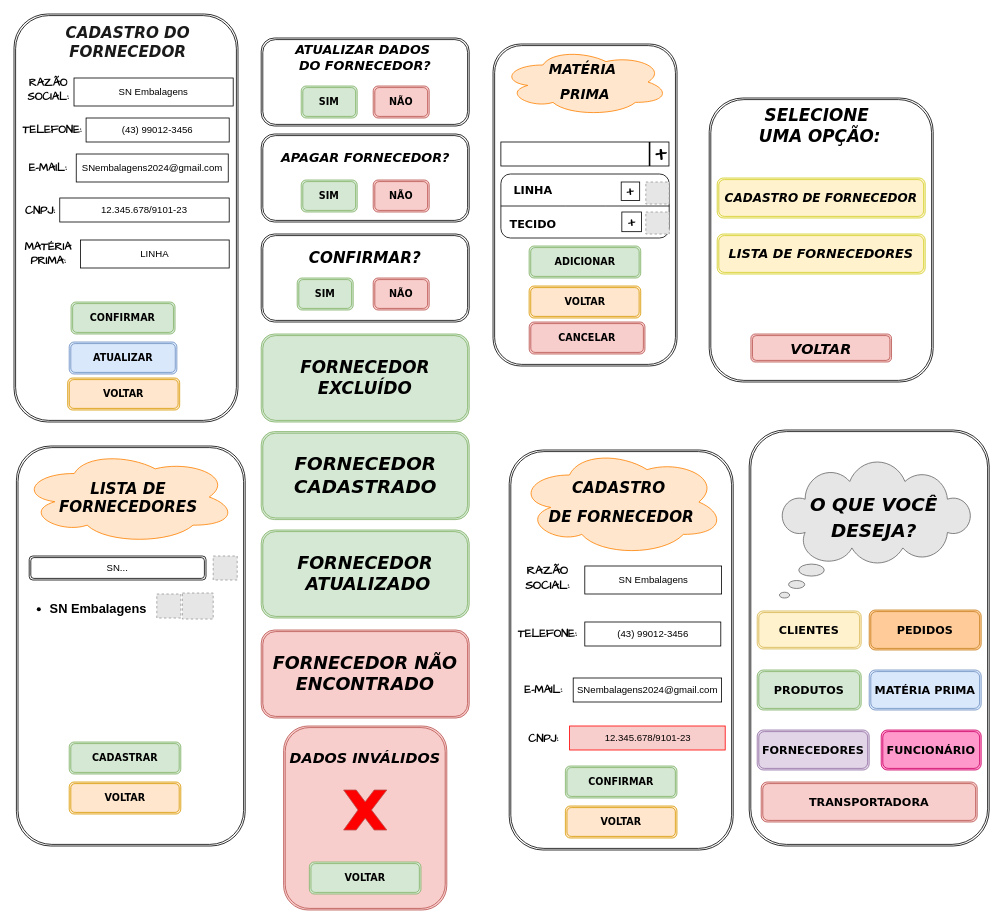
Earlier version of the draw.io diagram page "Página-2" (2 of 4) of doc/interfaces.drawio (sarahnandynne/fluxograma.sarah). Source tidied: cells renumbered, new cells numbered last; positions are measured from the earlier drawing's top-left corner, leaving out a move shared by most shapes. Both pictures are drawn from the tidied source at 80%, with x=0, y=0 at pixel (14, 14). Pictures stored in the file or linked from it are replaced by grey dashed boxes.
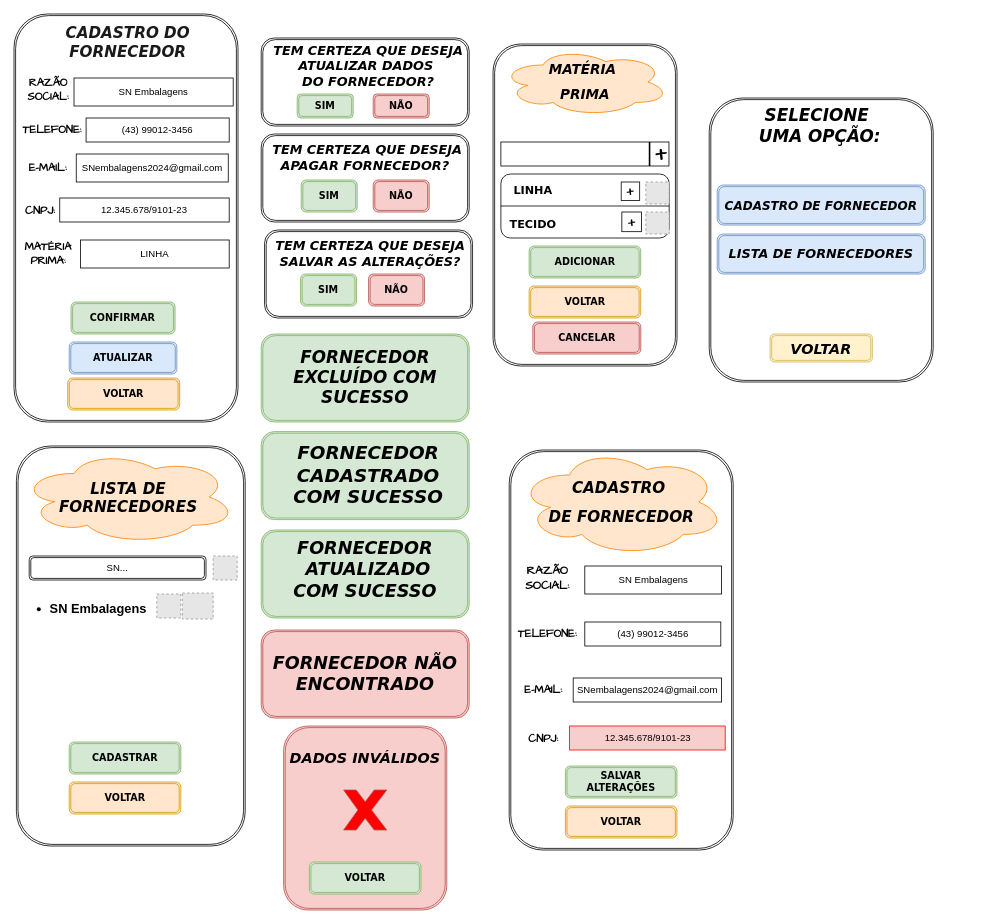
The same diagram, later.

Diff of the diagram source:
```diff
@@
-    <mxCell id="11" value="&lt;font style=&quot;font-size: 16px;&quot; face=&quot;Verdana&quot;&gt;&lt;i style=&quot;font-size: 16px;&quot;&gt;&lt;b style=&quot;font-size: 16px;&quot;&gt;APAGAR FORNECEDOR?&lt;/b&gt;&lt;/i&gt;&lt;/font&gt;" style="text;html=1;align=center;verticalAlign=middle;whiteSpace=wrap;rounded=0;fontSize=16;" parent="1" vertex="1">
-      <mxGeometry x="331.5" y="160" width="215" height="40" as="geometry" />
+    <mxCell id="11" value="&lt;font style=&quot;font-size: 16px;&quot; face=&quot;Verdana&quot;&gt;&lt;i style=&quot;font-size: 16px;&quot;&gt;&lt;b style=&quot;font-size: 16px;&quot;&gt;&amp;nbsp;TEM CERTEZA QUE DESEJA APAGAR FORNECEDOR?&lt;/b&gt;&lt;/i&gt;&lt;/font&gt;" style="text;html=1;align=center;verticalAlign=middle;whiteSpace=wrap;rounded=0;fontSize=16;" parent="1" vertex="1">
+      <mxGeometry x="310.2" y="160" width="257.5" height="40" as="geometry" />
     </mxCell>
@@
-    <mxCell id="18" value="ATUALIZAR DADOS&amp;nbsp;&lt;div style=&quot;font-size: 16px;&quot;&gt;DO FORNECEDOR?&lt;/div&gt;" style="text;html=1;align=center;verticalAlign=middle;whiteSpace=wrap;rounded=0;fontFamily=Verdana;fontStyle=3;fontSize=16;" parent="1" vertex="1">
-      <mxGeometry x="344" y="40" width="190" height="30" as="geometry" />
+    <mxCell id="18" value="TEM CERTEZA QUE DESEJA ATUALIZAR DADOS&amp;nbsp;&lt;div style=&quot;font-size: 16px;&quot;&gt;DO FORNECEDOR?&lt;/div&gt;" style="text;html=1;align=center;verticalAlign=middle;whiteSpace=wrap;rounded=0;fontFamily=Verdana;fontStyle=3;fontSize=16;" parent="1" vertex="1">
+      <mxGeometry x="283.2" y="50" width="320" height="30" as="geometry" />
     </mxCell>
     <mxCell id="19" value="&lt;font face=&quot;Verdana&quot;&gt;&lt;b style=&quot;&quot;&gt;SIM&lt;/b&gt;&lt;/font&gt;" style="shape=ext;double=1;rounded=1;whiteSpace=wrap;html=1;fillColor=#d5e8d4;strokeColor=#82b366;" parent="1" vertex="1">
-      <mxGeometry x="359" y="90" width="70" height="40" as="geometry" />
+      <mxGeometry x="354" y="100" width="70" height="30" as="geometry" />
     </mxCell>
     <mxCell id="20" value="&lt;font face=&quot;Verdana&quot;&gt;&lt;b&gt;NÃO&lt;/b&gt;&lt;/font&gt;" style="shape=ext;double=1;rounded=1;whiteSpace=wrap;html=1;fillColor=#f8cecc;strokeColor=#b85450;" parent="1" vertex="1">
-      <mxGeometry x="449" y="90" width="70" height="40" as="geometry" />
+      <mxGeometry x="449" y="100" width="70" height="30" as="geometry" />
     </mxCell>
-    <mxCell id="21" style="shape=ext;double=1;rounded=1;whiteSpace=wrap;html=1;" parent="1" vertex="1">
-      <mxGeometry x="309" y="275" width="260" height="110" as="geometry" />
-    </mxCell>
-    <mxCell id="22" value="&lt;font face=&quot;Verdana&quot;&gt;CONFIRMAR?&lt;/font&gt;" style="text;html=1;align=center;verticalAlign=middle;whiteSpace=wrap;rounded=0;fontStyle=3;fontSize=19;fontFamily=Helvetica;" parent="1" vertex="1">
-      <mxGeometry x="409" y="290" width="60" height="30" as="geometry" />
-    </mxCell>
-    <mxCell id="23" value="&lt;font face=&quot;Verdana&quot;&gt;&lt;b style=&quot;&quot;&gt;SIM&lt;/b&gt;&lt;/font&gt;" style="shape=ext;double=1;rounded=1;whiteSpace=wrap;html=1;fillColor=#d5e8d4;strokeColor=#82b366;" parent="1" vertex="1">
-      <mxGeometry x="354" y="330" width="70" height="40" as="geometry" />
-    </mxCell>
-    <mxCell id="24" value="&lt;font face=&quot;Verdana&quot;&gt;&lt;b&gt;NÃO&lt;/b&gt;&lt;/font&gt;" style="shape=ext;double=1;rounded=1;whiteSpace=wrap;html=1;fillColor=#f8cecc;strokeColor=#b85450;" parent="1" vertex="1">
-      <mxGeometry x="449" y="330" width="70" height="40" as="geometry" />
-    </mxCell>
@@
-    <mxCell id="38" value="&lt;font face=&quot;Verdana&quot;&gt;&lt;b&gt;CONFIRMAR&lt;/b&gt;&lt;/font&gt;" style="shape=ext;double=1;rounded=1;whiteSpace=wrap;html=1;fillColor=#d5e8d4;strokeColor=#82b366;" parent="1" vertex="1">
+    <mxCell id="38" value="&lt;font face=&quot;Verdana&quot;&gt;&lt;b&gt;SALVAR ALTERAÇÕES&lt;/b&gt;&lt;/font&gt;" style="shape=ext;double=1;rounded=1;whiteSpace=wrap;html=1;fillColor=#d5e8d4;strokeColor=#82b366;" parent="1" vertex="1">
       <mxGeometry x="689.2" y="940" width="139.5" height="40" as="geometry" />
     </mxCell>
@@
     <mxCell id="50" value="&lt;font face=&quot;Verdana&quot;&gt;&lt;b&gt;CANCELAR&lt;/b&gt;&lt;/font&gt;" style="shape=ext;double=1;rounded=1;whiteSpace=wrap;html=1;fillColor=#f8cecc;strokeColor=#b85450;" parent="1" vertex="1">
-      <mxGeometry x="644" y="385" width="144.7" height="40" as="geometry" />
+      <mxGeometry x="648.5" y="385" width="135" height="40" as="geometry" />
     </mxCell>
@@
-    <mxCell id="61" value="FORNECEDOR CADASTRADO" style="text;html=1;align=center;verticalAlign=middle;whiteSpace=wrap;rounded=0;fontStyle=3;fontFamily=Verdana;fontSize=23;" parent="1" vertex="1">
-      <mxGeometry x="366.6" y="549.5" width="144.9" height="55" as="geometry" />
+    <mxCell id="61" value="FORNECEDOR CADASTRADO COM SUCESSO" style="text;html=1;align=center;verticalAlign=middle;whiteSpace=wrap;rounded=0;fontStyle=3;fontFamily=Verdana;fontSize=23;" parent="1" vertex="1">
+      <mxGeometry x="342" y="549.5" width="202.4" height="55" as="geometry" />
     </mxCell>
@@
-    <mxCell id="63" value="FORNECEDOR&lt;div&gt;&lt;span style=&quot;background-color: initial;&quot;&gt;&amp;nbsp;ATUALIZADO&lt;/span&gt;&lt;/div&gt;" style="text;html=1;align=center;verticalAlign=middle;whiteSpace=wrap;rounded=0;fontStyle=3;fontFamily=Verdana;fontSize=22;" parent="1" vertex="1">
-      <mxGeometry x="409" y="685" width="60" height="30" as="geometry" />
+    <mxCell id="63" value="FORNECEDOR&lt;div&gt;&lt;span style=&quot;background-color: initial;&quot;&gt;&amp;nbsp;ATUALIZADO COM SUCESSO&lt;/span&gt;&lt;/div&gt;" style="text;html=1;align=center;verticalAlign=middle;whiteSpace=wrap;rounded=0;fontStyle=3;fontFamily=Verdana;fontSize=22;" parent="1" vertex="1">
+      <mxGeometry x="344" y="682.5" width="190" height="25" as="geometry" />
     </mxCell>
@@
-    <mxCell id="65" value="&lt;i&gt;&lt;b&gt;&lt;font style=&quot;font-size: 21px;&quot; face=&quot;Verdana&quot;&gt;FORNECEDOR EXCLUÍDO&lt;/font&gt;&lt;/b&gt;&lt;/i&gt;" style="shape=ext;double=1;rounded=1;whiteSpace=wrap;html=1;fillColor=#d5e8d4;strokeColor=#82b366;" parent="1" vertex="1">
+    <mxCell id="65" value="&lt;i&gt;&lt;b&gt;&lt;font style=&quot;font-size: 21px;&quot; face=&quot;Verdana&quot;&gt;FORNECEDOR EXCLUÍDO COM SUCESSO&lt;/font&gt;&lt;/b&gt;&lt;/i&gt;" style="shape=ext;double=1;rounded=1;whiteSpace=wrap;html=1;fillColor=#d5e8d4;strokeColor=#82b366;" parent="1" vertex="1">
       <mxGeometry x="309" y="400" width="260" height="110" as="geometry" />
     </mxCell>
@@
-    <mxCell id="67" style="shape=ext;double=1;rounded=1;whiteSpace=wrap;html=1;" parent="1" vertex="1">
-      <mxGeometry x="919" y="520" width="300" height="520" as="geometry" />
-    </mxCell>
-    <mxCell id="68" value="&lt;b&gt;&lt;font style=&quot;font-size: 14px;&quot; face=&quot;Verdana&quot;&gt;CLIENTES&lt;/font&gt;&lt;/b&gt;" style="shape=ext;double=1;rounded=1;whiteSpace=wrap;html=1;fillColor=#fff2cc;strokeColor=#d6b656;" parent="1" vertex="1">
-      <mxGeometry x="929" y="746.2" width="130" height="47.5" as="geometry" />
-    </mxCell>
-    <mxCell id="69" value="&lt;b&gt;&lt;font style=&quot;font-size: 14px;&quot; face=&quot;Verdana&quot;&gt;FORNECEDORES&lt;/font&gt;&lt;/b&gt;" style="shape=ext;double=1;rounded=1;whiteSpace=wrap;html=1;fillColor=#e1d5e7;strokeColor=#9673a6;" parent="1" vertex="1">
-      <mxGeometry x="929" y="895" width="140" height="50" as="geometry" />
-    </mxCell>
-    <mxCell id="70" value="&lt;font face=&quot;Verdana&quot;&gt;&lt;span style=&quot;font-size: 14px;&quot;&gt;&lt;b&gt;MATÉRIA PRIMA&lt;/b&gt;&lt;/span&gt;&lt;/font&gt;" style="shape=ext;double=1;rounded=1;whiteSpace=wrap;html=1;fillColor=#dae8fc;strokeColor=#6c8ebf;" parent="1" vertex="1">
-      <mxGeometry x="1069" y="820" width="140" height="50" as="geometry" />
-    </mxCell>
-    <mxCell id="71" value="&lt;b&gt;&lt;font style=&quot;font-size: 14px;&quot; face=&quot;Verdana&quot;&gt;PRODUTOS&lt;/font&gt;&lt;/b&gt;" style="shape=ext;double=1;rounded=1;whiteSpace=wrap;html=1;fillColor=#d5e8d4;strokeColor=#82b366;" parent="1" vertex="1">
-      <mxGeometry x="929" y="820" width="130" height="50" as="geometry" />
-    </mxCell>
-    <mxCell id="72" value="&lt;b&gt;&lt;font style=&quot;font-size: 14px;&quot; face=&quot;Verdana&quot;&gt;TRANSPORTADORA&lt;/font&gt;&lt;/b&gt;" style="shape=ext;double=1;rounded=1;whiteSpace=wrap;html=1;fillColor=#f8cecc;strokeColor=#b85450;" parent="1" vertex="1">
-      <mxGeometry x="934" y="960" width="270" height="50" as="geometry" />
-    </mxCell>
-    <mxCell id="73" value="&lt;b&gt;&lt;font style=&quot;font-size: 14px;&quot; face=&quot;Verdana&quot;&gt;FUNCIONÁRIO&lt;/font&gt;&lt;/b&gt;" style="shape=ext;double=1;rounded=1;whiteSpace=wrap;html=1;fillColor=#FF99CC;strokeColor=#CC0066;" parent="1" vertex="1">
-      <mxGeometry x="1084" y="895" width="125" height="50" as="geometry" />
-    </mxCell>
-    <mxCell id="74" value="&lt;font face=&quot;Verdana&quot;&gt;&lt;span style=&quot;font-size: 14px;&quot;&gt;&lt;b&gt;PEDIDOS&lt;/b&gt;&lt;/span&gt;&lt;/font&gt;" style="shape=ext;double=1;rounded=1;whiteSpace=wrap;html=1;fillColor=#FFCC99;strokeColor=#c7811f;" parent="1" vertex="1">
-      <mxGeometry x="1069" y="745" width="140" height="50" as="geometry" />
-    </mxCell>
-    <mxCell id="75" style="whiteSpace=wrap;html=1;shape=mxgraph.basic.cloud_callout;fillColor=#E6E6E6;fontColor=#333333;strokeColor=#666666;" parent="1" vertex="1">
-      <mxGeometry x="956.8" y="560" width="240" height="170" as="geometry" />
-    </mxCell>
-    <mxCell id="76" value="&lt;font style=&quot;font-size: 23px;&quot;&gt;O QUE VOCÊ DESEJA?&lt;/font&gt;" style="text;html=1;align=center;verticalAlign=middle;whiteSpace=wrap;rounded=0;fontStyle=3;fontFamily=Verdana;fontSize=26;" parent="1" vertex="1">
-      <mxGeometry x="979" y="617.5" width="192" height="22.5" as="geometry" />
-    </mxCell>
@@
-    <mxCell id="78" value="&lt;font style=&quot;font-size: 15px;&quot; face=&quot;Verdana&quot;&gt;&lt;b style=&quot;font-size: 15px;&quot;&gt;&lt;i style=&quot;font-size: 15px;&quot;&gt;CADASTRO DE FORNECEDOR&lt;/i&gt;&lt;/b&gt;&lt;/font&gt;" style="shape=ext;double=1;rounded=1;whiteSpace=wrap;html=1;fillColor=#fff2cc;strokeColor=#D1D12A;fontSize=15;" parent="1" vertex="1">
-      <mxGeometry x="879" y="205" width="260" height="50" as="geometry" />
+    <mxCell id="78" value="&lt;font style=&quot;font-size: 15px;&quot; face=&quot;Verdana&quot;&gt;&lt;b style=&quot;font-size: 15px;&quot;&gt;&lt;i style=&quot;font-size: 15px;&quot;&gt;CADASTRO DE FORNECEDOR&lt;/i&gt;&lt;/b&gt;&lt;/font&gt;" style="shape=ext;double=1;rounded=1;whiteSpace=wrap;html=1;fillColor=#dae8fc;strokeColor=#6c8ebf;fontSize=15;" parent="1" vertex="1">
+      <mxGeometry x="879" y="213.8" width="260" height="50" as="geometry" />
     </mxCell>
-    <mxCell id="79" value="&lt;font face=&quot;Verdana&quot; style=&quot;font-size: 16px;&quot;&gt;&lt;b style=&quot;font-size: 16px;&quot;&gt;&lt;i style=&quot;font-size: 16px;&quot;&gt;LISTA DE FORNECEDORES&lt;/i&gt;&lt;/b&gt;&lt;/font&gt;" style="shape=ext;double=1;rounded=1;whiteSpace=wrap;html=1;fillColor=#fff2cc;strokeColor=#D1D12A;fontSize=16;" parent="1" vertex="1">
+    <mxCell id="79" value="&lt;font face=&quot;Verdana&quot; style=&quot;font-size: 16px;&quot;&gt;&lt;b style=&quot;font-size: 16px;&quot;&gt;&lt;i style=&quot;font-size: 16px;&quot;&gt;LISTA DE FORNECEDORES&lt;/i&gt;&lt;/b&gt;&lt;/font&gt;" style="shape=ext;double=1;rounded=1;whiteSpace=wrap;html=1;fillColor=#dae8fc;strokeColor=#6c8ebf;fontSize=16;" parent="1" vertex="1">
       <mxGeometry x="879" y="275" width="260" height="50" as="geometry" />
     </mxCell>
@@
-    <mxCell id="81" value="&lt;i&gt;&lt;b&gt;&lt;font style=&quot;font-size: 18px;&quot; face=&quot;Verdana&quot;&gt;VOLTAR&lt;/font&gt;&lt;/b&gt;&lt;/i&gt;" style="shape=ext;double=1;rounded=1;whiteSpace=wrap;html=1;fillColor=#f8cecc;strokeColor=#b85450;" parent="1" vertex="1">
-      <mxGeometry x="921.1" y="400" width="175.8" height="35" as="geometry" />
+    <mxCell id="81" value="&lt;i&gt;&lt;b&gt;&lt;font style=&quot;font-size: 18px;&quot; face=&quot;Verdana&quot;&gt;VOLTAR&lt;/font&gt;&lt;/b&gt;&lt;/i&gt;" style="shape=ext;double=1;rounded=1;whiteSpace=wrap;html=1;fillColor=#fff2cc;strokeColor=#d6b656;" parent="1" vertex="1">
+      <mxGeometry x="945.1" y="400" width="127.9" height="35" as="geometry" />
     </mxCell>
@@
+    <mxCell id="91" style="shape=ext;double=1;rounded=1;whiteSpace=wrap;html=1;" parent="1" vertex="1">
+      <mxGeometry x="313.2" y="270" width="260" height="110" as="geometry" />
+    </mxCell>
+    <mxCell id="92" value="TEM CERTEZA QUE DESEJA SALVAR AS ALTERAÇÕES?" style="text;html=1;align=center;verticalAlign=middle;whiteSpace=wrap;rounded=0;fontFamily=Verdana;fontStyle=3;fontSize=16;" parent="1" vertex="1">
+      <mxGeometry x="318.2" y="285" width="255" height="30" as="geometry" />
+    </mxCell>
+    <mxCell id="23" value="&lt;font face=&quot;Verdana&quot;&gt;&lt;b style=&quot;&quot;&gt;SIM&lt;/b&gt;&lt;/font&gt;" style="shape=ext;double=1;rounded=1;whiteSpace=wrap;html=1;fillColor=#d5e8d4;strokeColor=#82b366;" parent="1" vertex="1">
+      <mxGeometry x="358.2" y="325" width="70" height="40" as="geometry" />
+    </mxCell>
+    <mxCell id="24" value="&lt;font face=&quot;Verdana&quot;&gt;&lt;b&gt;NÃO&lt;/b&gt;&lt;/font&gt;" style="shape=ext;double=1;rounded=1;whiteSpace=wrap;html=1;fillColor=#f8cecc;strokeColor=#b85450;" parent="1" vertex="1">
+      <mxGeometry x="443.2" y="325" width="70" height="40" as="geometry" />
+    </mxCell>
```
